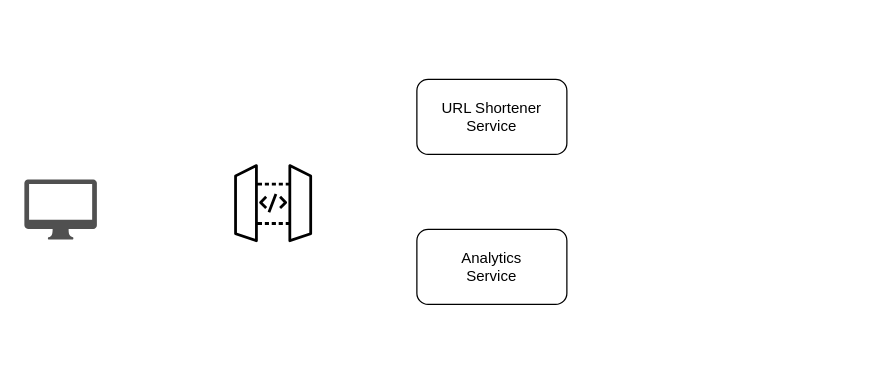
The draw.io diagram diagrams/url-shortener-cluster.drawio in rabbicse/go-projects, before the edit. Source tidied: cells renumbered, new cells numbered last; positions are measured from the earlier drawing's top-left corner, leaving out a move shared by most shapes. Both pictures are drawn from the tidied source at 125%, with x=0, y=0 at pixel (24, 79).
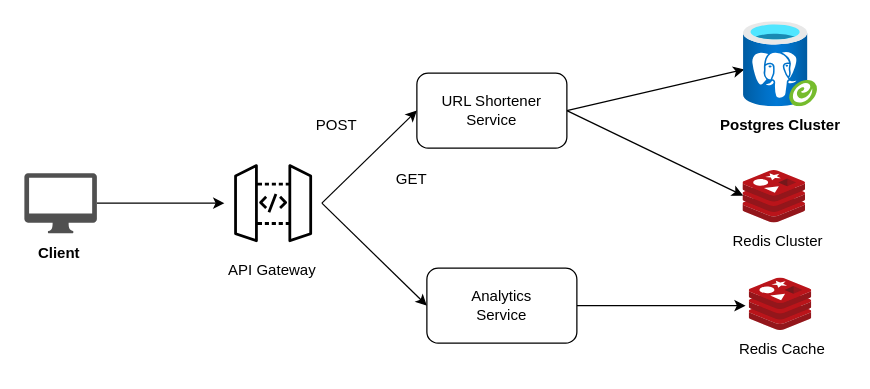
The same page after the edit.

Change to the diagram source:
```diff
@@
+    <mxCell id="3" style="sketch=0;points=[[0,0,0],[0.25,0,0],[0.5,0,0],[0.75,0,0],[1,0,0],[0,1,0],[0.25,1,0],[0.5,1,0],[0.75,1,0],[1,1,0],[0,0.25,0],[0,0.5,0],[0,0.75,0],[1,0.25,0],[1,0.5,0],[1,0.75,0]];outlineConnect=0;dashed=0;verticalLabelPosition=bottom;verticalAlign=top;align=center;html=1;fontSize=12;fontStyle=0;shape=mxgraph.aws4.resourceIcon;resIcon=mxgraph.aws4.api_gateway;" parent="1" vertex="1">
+      <mxGeometry x="160" y="60" width="78" height="78" as="geometry" />
+    </mxCell>
+    <mxCell id="8" style="endArrow=classic;html=1;rounded=0;entryX=0;entryY=0.5;entryDx=0;entryDy=0;entryPerimeter=0;" parent="1" edge="1" source="2" target="3">
+      <mxGeometry relative="1" as="geometry" />
+    </mxCell>
+    <mxCell id="9" style="endArrow=classic;html=1;rounded=0;exitX=1;exitY=0.5;exitDx=0;exitDy=0;exitPerimeter=0;entryX=0;entryY=0.5;entryDx=0;entryDy=0;" parent="1" edge="1" source="3" target="4">
+      <mxGeometry relative="1" as="geometry" />
+    </mxCell>
+    <mxCell id="10" style="endArrow=classic;html=1;rounded=0;exitX=1;exitY=0.5;exitDx=0;exitDy=0;exitPerimeter=0;entryX=0;entryY=0.5;entryDx=0;entryDy=0;" parent="1" edge="1" source="3" target="5">
+      <mxGeometry relative="1" as="geometry" />
+    </mxCell>
+    <mxCell id="11" style="image;sketch=0;html=1;points=[];align=center;fontSize=12;image=img/lib/mscae/Cache_Redis_Product.svg;" parent="1" vertex="1">
+      <mxGeometry x="575" y="73" width="50" height="42" as="geometry" />
+    </mxCell>
+    <mxCell id="12" style="endArrow=classic;html=1;rounded=0;exitX=1;exitY=0.5;exitDx=0;exitDy=0;entryX=0.017;entryY=0.559;entryDx=0;entryDy=0;entryPerimeter=0;" parent="1" edge="1" source="4" target="15">
+      <mxGeometry relative="1" as="geometry" />
+    </mxCell>
+    <mxCell id="13" style="endArrow=classic;html=1;rounded=0;exitX=1;exitY=0.5;exitDx=0;exitDy=0;entryX=-0.06;entryY=0.524;entryDx=0;entryDy=0;entryPerimeter=0;" parent="1" edge="1" source="5" target="16">
+      <mxGeometry relative="1" as="geometry" />
+    </mxCell>
+    <mxCell id="14" style="endArrow=classic;html=1;rounded=0;exitX=1;exitY=0.5;exitDx=0;exitDy=0;entryX=0;entryY=0.476;entryDx=0;entryDy=0;entryPerimeter=0;" parent="1" edge="1" source="4" target="11">
+      <mxGeometry relative="1" as="geometry" />
+    </mxCell>
+    <mxCell id="15" style="image;html=1;points=[];align=center;fontSize=12;image=img/lib/azure2/databases/Azure_Database_PostgreSQL_Server_Group.svg;" parent="1" vertex="1">
+      <mxGeometry x="575" y="-46" width="60" height="68" as="geometry" />
+    </mxCell>
+    <mxCell id="16" style="image;sketch=0;html=1;points=[];align=center;fontSize=12;image=img/lib/mscae/Cache_Redis_Product.svg;" parent="1" vertex="1">
+      <mxGeometry x="580" y="159" width="50" height="42" as="geometry" />
+    </mxCell>
+    <mxCell id="17" style="group;" parent="1" vertex="1">
+      <mxGeometry x="322" y="151" width="120" height="60" as="geometry" />
+    </mxCell>
+    <mxCell id="5" style="rounded=1;whiteSpace=wrap;html=1;" parent="17" vertex="1">
+      <mxGeometry width="120" height="60" as="geometry" />
+    </mxCell>
+    <mxCell id="7" value="Analytics Service" style="text;html=1;align=center;verticalAlign=middle;whiteSpace=wrap;rounded=0;" parent="17" vertex="1">
+      <mxGeometry x="30" y="15" width="60" height="30" as="geometry" />
+    </mxCell>
+    <mxCell id="18" style="group;fontStyle=1;" parent="1" vertex="1">
+      <mxGeometry x="-2" y="75" width="60" height="76" as="geometry" />
+    </mxCell>
-    <mxCell id="2" style="sketch=0;shadow=0;dashed=0;html=1;strokeColor=none;fillColor=#505050;labelPosition=center;verticalLabelPosition=bottom;verticalAlign=top;outlineConnect=0;align=center;shape=mxgraph.office.devices.mac_client;" parent="1" vertex="1">
-      <mxGeometry y="80" width="58" height="48" as="geometry" />
+    <mxCell id="2" style="sketch=0;shadow=0;dashed=0;html=1;strokeColor=none;fillColor=#505050;labelPosition=center;verticalLabelPosition=bottom;verticalAlign=top;outlineConnect=0;align=center;shape=mxgraph.office.devices.mac_client;" parent="18" vertex="1">
+      <mxGeometry x="2" width="58" height="48" as="geometry" />
     </mxCell>
-    <mxCell id="3" style="sketch=0;points=[[0,0,0],[0.25,0,0],[0.5,0,0],[0.75,0,0],[1,0,0],[0,1,0],[0.25,1,0],[0.5,1,0],[0.75,1,0],[1,1,0],[0,0.25,0],[0,0.5,0],[0,0.75,0],[1,0.25,0],[1,0.5,0],[1,0.75,0]];outlineConnect=0;dashed=0;verticalLabelPosition=bottom;verticalAlign=top;align=center;html=1;fontSize=12;fontStyle=0;shape=mxgraph.aws4.resourceIcon;resIcon=mxgraph.aws4.api_gateway;" parent="1" vertex="1">
-      <mxGeometry x="160" y="60" width="78" height="78" as="geometry" />
-    </mxCell>
+    <mxCell id="19" value="Client" style="text;html=1;align=center;verticalAlign=middle;whiteSpace=wrap;rounded=0;fontStyle=1;" parent="18" vertex="1">
+      <mxGeometry y="49" width="60" height="30" as="geometry" />
+    </mxCell>
+    <mxCell id="20" style="group;" parent="1" vertex="1">
+      <mxGeometry x="314" y="-5" width="120" height="60" as="geometry" />
+    </mxCell>
-    <mxCell id="4" style="rounded=1;whiteSpace=wrap;html=1;" parent="1" vertex="1">
-      <mxGeometry x="314" width="120" height="60" as="geometry" />
+    <mxCell id="4" style="rounded=1;whiteSpace=wrap;html=1;" parent="20" vertex="1">
+      <mxGeometry width="120" height="60" as="geometry" />
     </mxCell>
-    <mxCell id="5" style="rounded=1;whiteSpace=wrap;html=1;" parent="1" vertex="1">
-      <mxGeometry x="314" y="120" width="120" height="60" as="geometry" />
-    </mxCell>
-    <mxCell id="6" value="URL Shortener Service" style="text;html=1;align=center;verticalAlign=middle;whiteSpace=wrap;rounded=0;" parent="1" vertex="1">
-      <mxGeometry x="331" y="15" width="86" height="30" as="geometry" />
+    <mxCell id="6" value="URL Shortener Service" style="text;html=1;align=center;verticalAlign=middle;whiteSpace=wrap;rounded=0;" parent="20" vertex="1">
+      <mxGeometry x="17" y="15" width="86" height="30" as="geometry" />
     </mxCell>
-    <mxCell id="7" value="Analytics Service" style="text;html=1;align=center;verticalAlign=middle;whiteSpace=wrap;rounded=0;" parent="1" vertex="1">
-      <mxGeometry x="344" y="135" width="60" height="30" as="geometry" />
-    </mxCell>
+    <mxCell id="21" value="Postgres Cluster" style="text;html=1;align=center;verticalAlign=middle;whiteSpace=wrap;rounded=0;fontStyle=1;" parent="1" vertex="1">
+      <mxGeometry x="550" y="22" width="110" height="30" as="geometry" />
+    </mxCell>
+    <mxCell id="22" value="API Gateway" style="text;html=1;align=center;verticalAlign=middle;whiteSpace=wrap;rounded=0;" parent="1" vertex="1">
+      <mxGeometry x="159" y="138" width="79" height="30" as="geometry" />
+    </mxCell>
+    <mxCell id="23" value="GET" style="text;html=1;align=center;verticalAlign=middle;whiteSpace=wrap;rounded=0;" parent="1" vertex="1">
+      <mxGeometry x="280" y="65" width="60" height="30" as="geometry" />
+    </mxCell>
+    <mxCell id="24" value="POST" style="text;html=1;align=center;verticalAlign=middle;whiteSpace=wrap;rounded=0;" parent="1" vertex="1">
+      <mxGeometry x="220" y="22" width="60" height="30" as="geometry" />
+    </mxCell>
+    <mxCell id="25" value="Redis Cluster" style="text;html=1;align=center;verticalAlign=middle;whiteSpace=wrap;rounded=0;" parent="1" vertex="1">
+      <mxGeometry x="563" y="115" width="80" height="30" as="geometry" />
+    </mxCell>
+    <mxCell id="26" value="Redis Cache" style="text;html=1;align=center;verticalAlign=middle;whiteSpace=wrap;rounded=0;" parent="1" vertex="1">
+      <mxGeometry x="569" y="201" width="75" height="30" as="geometry" />
+    </mxCell>
```
